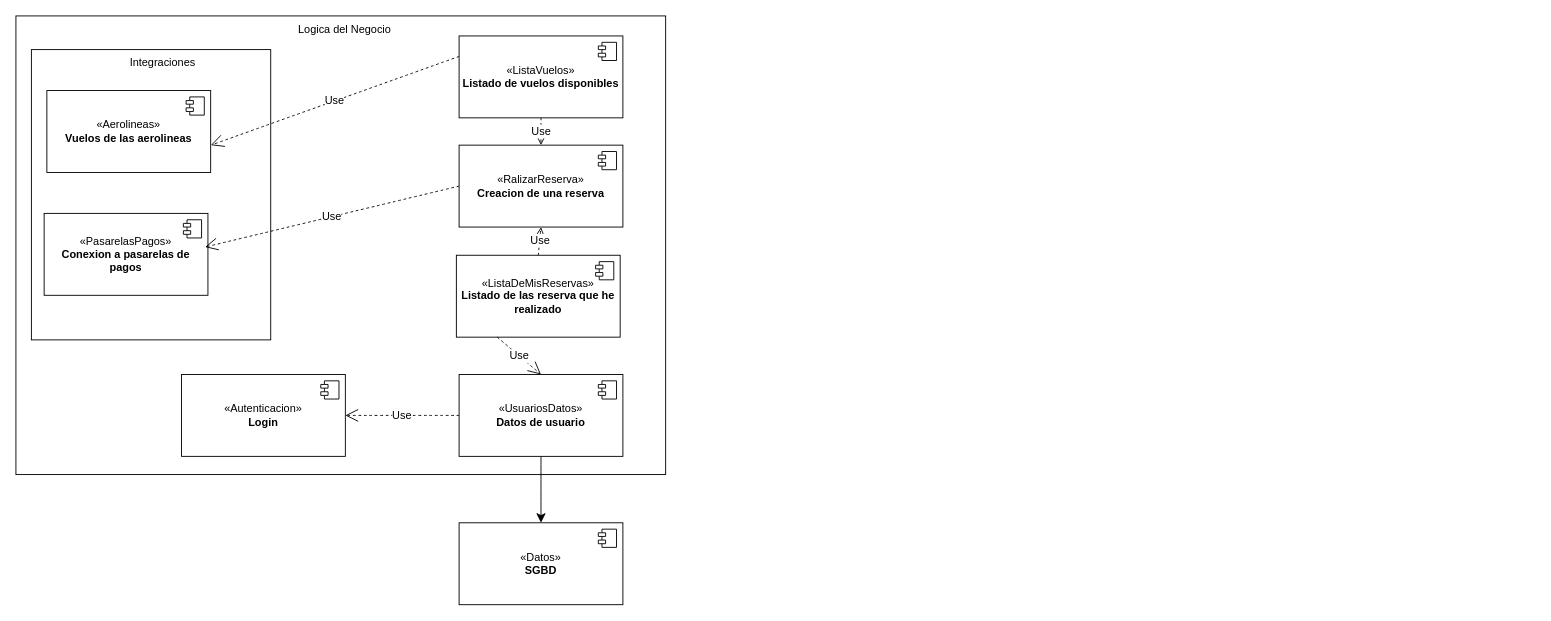
Earlier version of the draw.io diagram componentes.drawio (JhonDavidHernandezCampus/Diagramas). Source tidied: cells renumbered, new cells numbered last; positions are measured from the earlier drawing's top-left corner, leaving out a move shared by most shapes. Both pictures are drawn from the tidied source at 91%, with x=0, y=0 at pixel (15, 15).
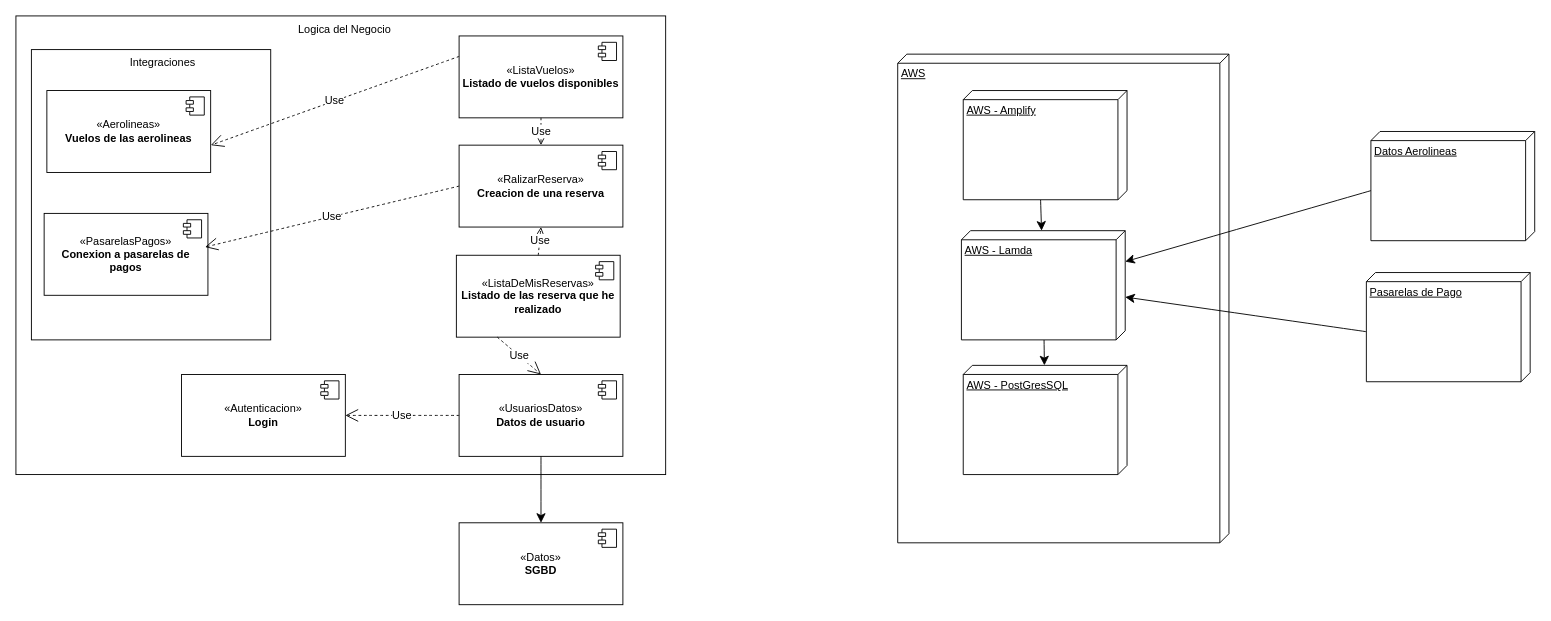
The same page after the edit.

Change to the diagram source:
```diff
@@
+    <mxCell id="29" value="AWS" style="verticalAlign=top;align=left;spacingTop=8;spacingLeft=2;spacingRight=12;shape=cube;size=10;direction=south;fontStyle=4;html=1;whiteSpace=wrap;" parent="1" vertex="1">
+      <mxGeometry x="969" y="42" width="364" height="537" as="geometry" />
+    </mxCell>
+    <mxCell id="30" style="edgeStyle=none;curved=1;rounded=0;jettySize=auto;html=1;exitX=0;exitY=0;exitDx=120;exitDy=95;exitPerimeter=0;fontSize=12;startSize=8;endSize=8;" parent="1" edge="1" source="31" target="33">
+      <mxGeometry relative="1" as="geometry" />
+    </mxCell>
+    <mxCell id="31" value="AWS - Amplify" style="verticalAlign=top;align=left;spacingTop=8;spacingLeft=2;spacingRight=12;shape=cube;size=10;direction=south;fontStyle=4;html=1;whiteSpace=wrap;" parent="1" vertex="1">
+      <mxGeometry x="1041" y="82" width="180" height="120" as="geometry" />
+    </mxCell>
+    <mxCell id="32" style="edgeStyle=none;curved=1;rounded=0;jettySize=auto;html=1;fontSize=12;startSize=8;endSize=8;" parent="1" edge="1" source="33" target="34">
+      <mxGeometry relative="1" as="geometry" />
+    </mxCell>
+    <mxCell id="33" value="AWS - Lamda" style="verticalAlign=top;align=left;spacingTop=8;spacingLeft=2;spacingRight=12;shape=cube;size=10;direction=south;fontStyle=4;html=1;whiteSpace=wrap;" parent="1" vertex="1">
+      <mxGeometry x="1039" y="236" width="180" height="120" as="geometry" />
+    </mxCell>
+    <mxCell id="34" value="AWS - PostGresSQL" style="verticalAlign=top;align=left;spacingTop=8;spacingLeft=2;spacingRight=12;shape=cube;size=10;direction=south;fontStyle=4;html=1;whiteSpace=wrap;" parent="1" vertex="1">
+      <mxGeometry x="1041" y="384" width="180" height="120" as="geometry" />
+    </mxCell>
+    <mxCell id="35" style="edgeStyle=none;curved=1;rounded=0;jettySize=auto;html=1;exitX=0;exitY=0;exitDx=65;exitDy=180;exitPerimeter=0;fontSize=12;startSize=8;endSize=8;" parent="1" edge="1" source="36" target="33">
+      <mxGeometry relative="1" as="geometry" />
+    </mxCell>
+    <mxCell id="36" value="Datos Aerolineas" style="verticalAlign=top;align=left;spacingTop=8;spacingLeft=2;spacingRight=12;shape=cube;size=10;direction=south;fontStyle=4;html=1;whiteSpace=wrap;" parent="1" vertex="1">
+      <mxGeometry x="1489" y="127" width="180" height="120" as="geometry" />
+    </mxCell>
+    <mxCell id="37" style="edgeStyle=none;curved=1;rounded=0;jettySize=auto;html=1;exitX=0;exitY=0;exitDx=65;exitDy=180;exitPerimeter=0;fontSize=12;startSize=8;endSize=8;" parent="1" edge="1" source="38" target="33">
+      <mxGeometry relative="1" as="geometry" />
+    </mxCell>
+    <mxCell id="38" value="Pasarelas de Pago" style="verticalAlign=top;align=left;spacingTop=8;spacingLeft=2;spacingRight=12;shape=cube;size=10;direction=south;fontStyle=4;html=1;whiteSpace=wrap;" parent="1" vertex="1">
+      <mxGeometry x="1484" y="282" width="180" height="120" as="geometry" />
+    </mxCell>
```
